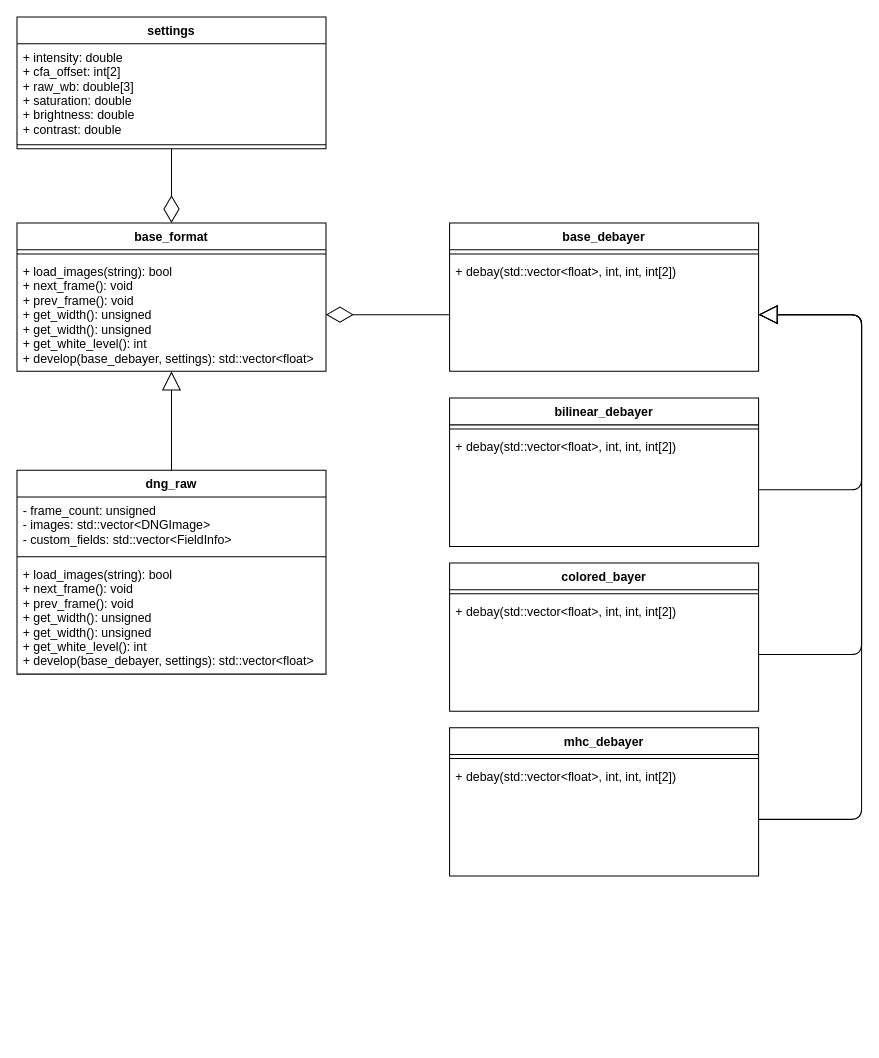
Before: docs/uml/uml.drawio in CATFELLA/raw-postproc, a draw.io diagram. Source tidied: cells renumbered, new cells numbered last; positions are measured from the earlier drawing's top-left corner, leaving out a move shared by most shapes. Both pictures are drawn from the tidied source at 103%, with x=0, y=0 at pixel (16, 16).
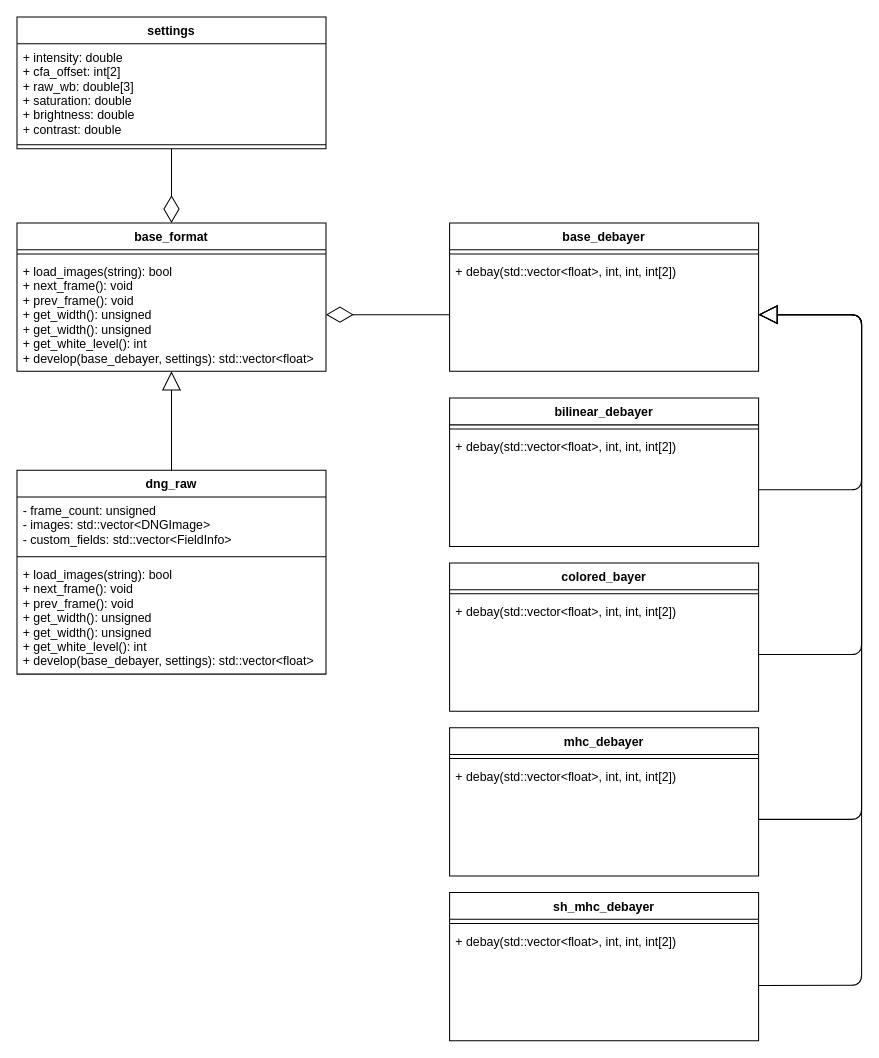
The same diagram, later.

Change to the diagram source:
```diff
@@
+    <mxCell id="30" value="sh_mhc_debayer" style="swimlane;fontStyle=1;align=center;verticalAlign=top;horizontal=1;startSize=26;" parent="1" vertex="1">
+      <mxGeometry x="420" y="850" width="300" height="144" as="geometry" />
+    </mxCell>
+    <mxCell id="31" style="line;strokeWidth=1;fillColor=none;align=left;verticalAlign=middle;spacingTop=-1;spacingLeft=3;spacingRight=3;labelPosition=right;" parent="30" vertex="1">
+      <mxGeometry y="26" width="300" height="8" as="geometry" />
+    </mxCell>
+    <mxCell id="32" value="+ debay(std::vector&lt;float&gt;, int, int, int[2])" style="text;strokeColor=none;fillColor=none;align=left;verticalAlign=top;spacingLeft=4;spacingRight=4;overflow=hidden;points=[[0,0.5],[1,0.5]];portConstraint=eastwest;" parent="30" vertex="1">
+      <mxGeometry y="34" width="300" height="110" as="geometry" />
+    </mxCell>
+    <mxCell id="33" style="endArrow=block;endSize=16;endFill=0;html=1;exitX=1.001;exitY=0.511;exitDx=0;exitDy=0;entryX=1;entryY=0.5;entryDx=0;entryDy=0;exitPerimeter=0;" parent="1" edge="1" source="32">
+      <mxGeometry relative="1" as="geometry">
+        <mxPoint x="720" y="289" as="targetPoint" />
+        <Array as="points">
+          <mxPoint x="820" y="940" />
+          <mxPoint x="820" y="489" />
+          <mxPoint x="820" y="289" />
+        </Array>
+      </mxGeometry>
+    </mxCell>
```
